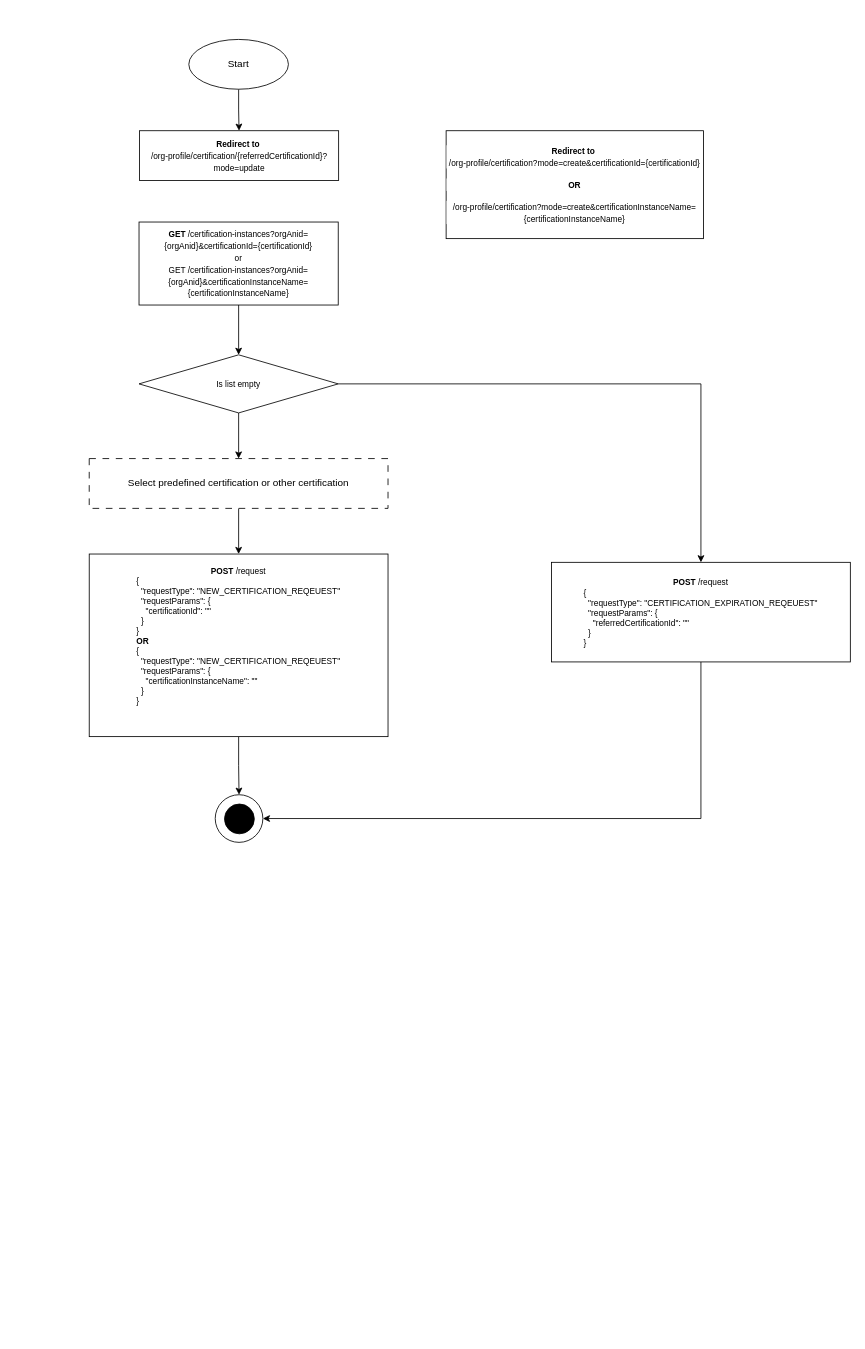
Before: page "UI respond request flow" (6 of 7) of request-2.drawio in huangshijie/Drawio, a draw.io diagram. Source tidied: cells renumbered, new cells numbered last; positions are measured from the earlier drawing's top-left corner, leaving out a move shared by most shapes. Both pictures are drawn from the tidied source at 83%, with x=0, y=0 at pixel (89, 39).
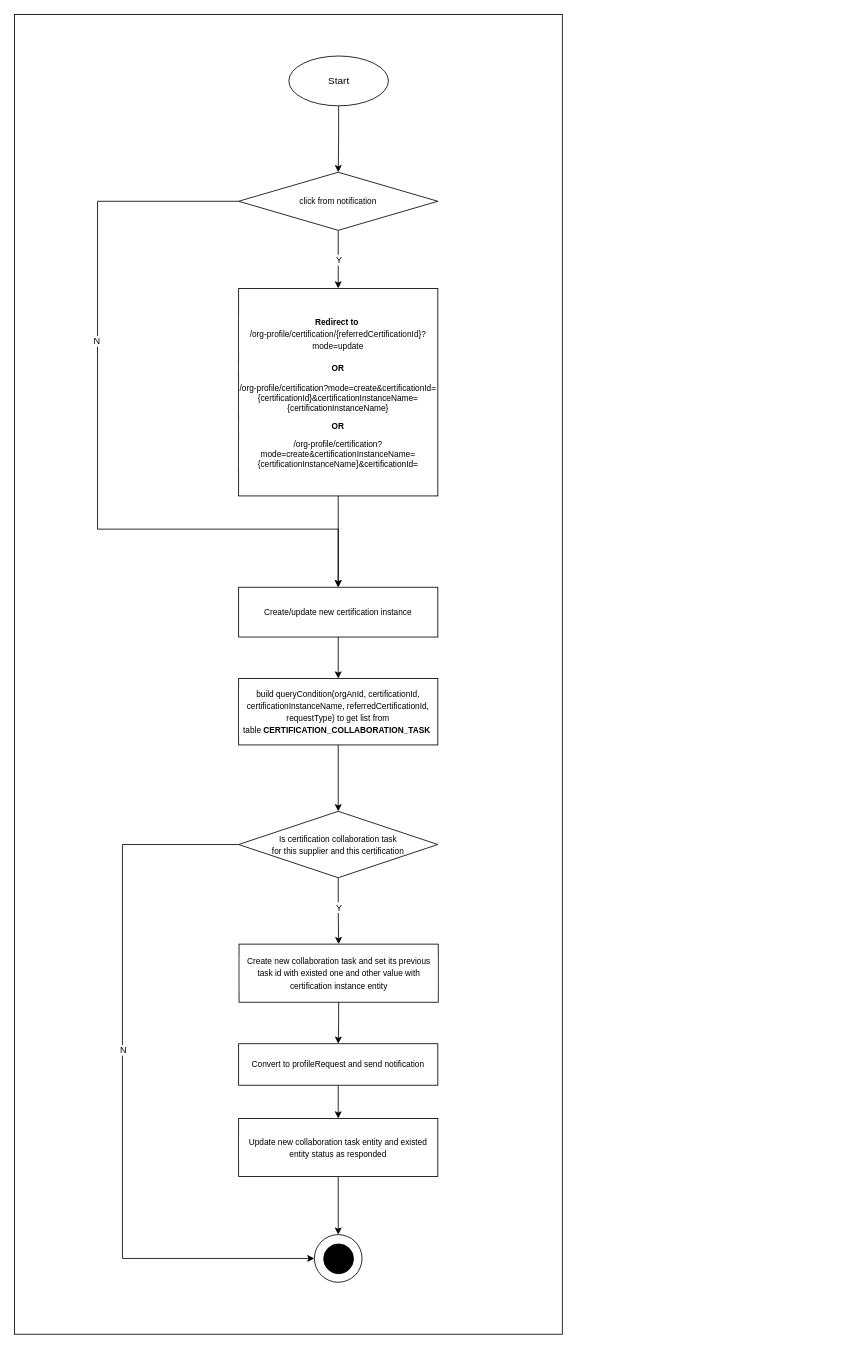
Above is the later version.

Diff of the diagram source:
```diff
@@
-    <mxCell id="2" style="edgeStyle=orthogonalEdgeStyle;rounded=0;jettySize=auto;html=1;entryX=0.5;entryY=0;entryDx=0;entryDy=0;" parent="1" edge="1" source="3" target="8">
-      <mxGeometry relative="1" as="geometry" />
-    </mxCell>
-    <mxCell id="3" value="&lt;font style=&quot;font-size: 10px;&quot;&gt;&lt;b&gt;POST&lt;/b&gt; /request&lt;br&gt;&lt;div style=&quot;text-align: left;&quot;&gt;&lt;span style=&quot;background-color: initial;&quot;&gt;{&lt;/span&gt;&lt;/div&gt;&lt;div style=&quot;text-align: left;&quot;&gt;&lt;span style=&quot;background-color: initial;&quot;&gt;&amp;nbsp; &quot;requestType&quot;: &quot;NEW_CERTIFICATION_REQEUEST&quot;&lt;/span&gt;&lt;/div&gt;&lt;div style=&quot;text-align: left;&quot;&gt;&lt;span style=&quot;background-color: initial;&quot;&gt;&amp;nbsp; &quot;requestParams&quot;: {&lt;/span&gt;&lt;/div&gt;&lt;div style=&quot;text-align: left;&quot;&gt;&lt;span style=&quot;background-color: initial;&quot;&gt;&amp;nbsp; &amp;nbsp; &quot;certificationId&quot;: &quot;&quot;&lt;/span&gt;&lt;/div&gt;&lt;div style=&quot;text-align: left;&quot;&gt;&lt;span style=&quot;background-color: initial;&quot;&gt;&amp;nbsp; }&lt;/span&gt;&lt;/div&gt;&lt;div style=&quot;text-align: left;&quot;&gt;&lt;span style=&quot;background-color: initial;&quot;&gt;}&lt;/span&gt;&lt;/div&gt;&lt;div style=&quot;text-align: left;&quot;&gt;&lt;span style=&quot;background-color: initial;&quot;&gt;&lt;b&gt;OR&lt;/b&gt;&lt;/span&gt;&lt;/div&gt;&lt;div style=&quot;text-align: left;&quot;&gt;&lt;div style=&quot;border-color: var(--border-color);&quot;&gt;{&lt;/div&gt;&lt;div style=&quot;border-color: var(--border-color);&quot;&gt;&lt;span style=&quot;border-color: var(--border-color); background-color: initial;&quot;&gt;&amp;nbsp; &quot;requestType&quot;: &quot;NEW_CERTIFICATION_REQEUEST&quot;&lt;/span&gt;&lt;/div&gt;&lt;div style=&quot;border-color: var(--border-color);&quot;&gt;&lt;span style=&quot;border-color: var(--border-color); background-color: initial;&quot;&gt;&amp;nbsp; &quot;requestParams&quot;: {&lt;/span&gt;&lt;/div&gt;&lt;div style=&quot;border-color: var(--border-color);&quot;&gt;&lt;span style=&quot;border-color: var(--border-color); background-color: initial;&quot;&gt;&amp;nbsp; &amp;nbsp; &quot;certificationInstanceName&quot;: &quot;&quot;&lt;/span&gt;&lt;/div&gt;&lt;div style=&quot;border-color: var(--border-color);&quot;&gt;&lt;span style=&quot;border-color: var(--border-color); background-color: initial;&quot;&gt;&amp;nbsp; }&lt;/span&gt;&lt;/div&gt;&lt;div style=&quot;border-color: var(--border-color);&quot;&gt;&lt;span style=&quot;border-color: var(--border-color); background-color: initial;&quot;&gt;}&lt;/span&gt;&lt;/div&gt;&lt;/div&gt;&lt;div style=&quot;text-align: left;&quot;&gt;&lt;br&gt;&lt;/div&gt;&lt;div style=&quot;text-align: left;&quot;&gt;&lt;div style=&quot;border-color: var(--border-color);&quot;&gt;&lt;br&gt;&lt;/div&gt;&lt;/div&gt;&lt;/font&gt;" style="rounded=0;whiteSpace=wrap;html=1;" parent="1" vertex="1">
-      <mxGeometry y="620" width="360" height="220" as="geometry" />
-    </mxCell>
-    <mxCell id="4" style="edgeStyle=orthogonalEdgeStyle;rounded=0;jettySize=auto;html=1;" parent="1" edge="1" source="5" target="17">
-      <mxGeometry relative="1" as="geometry" />
-    </mxCell>
+    <mxCell id="19" style="rounded=0;whiteSpace=wrap;html=1;" parent="1" vertex="1">
+      <mxGeometry x="-90" y="-30" width="660" height="1590" as="geometry" />
+    </mxCell>
+    <mxCell id="20" style="edgeStyle=orthogonalEdgeStyle;rounded=0;jettySize=auto;html=1;" parent="1" edge="1" source="5" target="37">
+      <mxGeometry relative="1" as="geometry" />
+    </mxCell>
     <mxCell id="5" value="Start" style="ellipse;whiteSpace=wrap;html=1;" parent="1" vertex="1">
-      <mxGeometry x="120" width="120" height="60" as="geometry" />
+      <mxGeometry x="240.5" y="20" width="120" height="60" as="geometry" />
     </mxCell>
-    <mxCell id="6" value="&lt;font style=&quot;font-size: 10px;&quot;&gt;&lt;b&gt;GET&lt;/b&gt; /certification-instances?orgAnid={orgAnid}&amp;amp;certificationId={certificationId}&lt;br&gt;or&lt;br&gt;GET /certification-instances?orgAnid={orgAnid}&amp;amp;certificationInstanceName={certificationInstanceName}&lt;/font&gt;" style="rounded=0;whiteSpace=wrap;html=1;" parent="1" vertex="1">
-      <mxGeometry x="60" y="220" width="240" height="100" as="geometry" />
-    </mxCell>
-    <mxCell id="7" style="edgeStyle=orthogonalEdgeStyle;rounded=0;jettySize=auto;html=1;entryX=0.5;entryY=0;entryDx=0;entryDy=0;" parent="1" edge="1" source="6" target="12">
-      <mxGeometry relative="1" as="geometry" />
-    </mxCell>
     <mxCell id="8" style="ellipse;whiteSpace=wrap;html=1;" parent="1" vertex="1">
-      <mxGeometry x="151.8" y="910" width="57.4" height="57.4" as="geometry" />
+      <mxGeometry x="271.3" y="1440" width="57.4" height="57.4" as="geometry" />
     </mxCell>
     <mxCell id="9" style="ellipse;whiteSpace=wrap;html=1;fillColor=#000000;" parent="1" vertex="1">
-      <mxGeometry x="163" y="921.2" width="35.9" height="35.9" as="geometry" />
+      <mxGeometry x="282.5" y="1451.2" width="35.9" height="35.9" as="geometry" />
     </mxCell>
-    <mxCell id="10" style="edgeStyle=orthogonalEdgeStyle;rounded=0;jettySize=auto;html=1;entryX=0.5;entryY=0;entryDx=0;entryDy=0;" parent="1" edge="1" source="12" target="16">
-      <mxGeometry relative="1" as="geometry" />
-    </mxCell>
-    <mxCell id="11" style="edgeStyle=orthogonalEdgeStyle;rounded=0;jettySize=auto;html=1;" parent="1" edge="1" source="12" target="14">
-      <mxGeometry relative="1" as="geometry" />
-    </mxCell>
-    <mxCell id="12" value="&lt;font style=&quot;font-size: 10px;&quot;&gt;Is list empty&lt;/font&gt;" style="rhombus;whiteSpace=wrap;html=1;" parent="1" vertex="1">
-      <mxGeometry x="60" y="380" width="240" height="70" as="geometry" />
-    </mxCell>
-    <mxCell id="13" style="edgeStyle=orthogonalEdgeStyle;rounded=0;jettySize=auto;html=1;entryX=0.5;entryY=0;entryDx=0;entryDy=0;" parent="1" edge="1" source="14" target="3">
-      <mxGeometry relative="1" as="geometry" />
-    </mxCell>
-    <mxCell id="14" value="Select predefined certification or other certification" style="rounded=0;whiteSpace=wrap;html=1;strokeColor=default;dashed=1;dashPattern=8 8;" parent="1" vertex="1">
-      <mxGeometry y="505" width="360" height="60" as="geometry" />
-    </mxCell>
-    <mxCell id="15" style="edgeStyle=orthogonalEdgeStyle;rounded=0;jettySize=auto;html=1;entryX=1;entryY=0.5;entryDx=0;entryDy=0;exitX=0.5;exitY=1;exitDx=0;exitDy=0;" parent="1" edge="1" source="16" target="8">
-      <mxGeometry relative="1" as="geometry" />
-    </mxCell>
-    <mxCell id="16" value="&lt;font style=&quot;font-size: 10px;&quot;&gt;&lt;b&gt;POST&lt;/b&gt; /request&lt;br&gt;&lt;div style=&quot;text-align: left;&quot;&gt;&lt;div style=&quot;border-color: var(--border-color);&quot;&gt;{&lt;/div&gt;&lt;div style=&quot;border-color: var(--border-color);&quot;&gt;&amp;nbsp; &quot;requestType&quot;: &quot;CERTIFICATION_EXPIRATION_REQEUEST&quot;&lt;/div&gt;&lt;div style=&quot;border-color: var(--border-color);&quot;&gt;&amp;nbsp; &quot;requestParams&quot;: {&lt;/div&gt;&lt;div style=&quot;border-color: var(--border-color);&quot;&gt;&amp;nbsp; &amp;nbsp; &quot;referredCertificationId&quot;: &quot;&quot;&lt;/div&gt;&lt;div style=&quot;border-color: var(--border-color);&quot;&gt;&lt;span style=&quot;border-color: var(--border-color); background-color: initial;&quot;&gt;&amp;nbsp; }&lt;/span&gt;&lt;/div&gt;&lt;div style=&quot;border-color: var(--border-color);&quot;&gt;&lt;span style=&quot;border-color: var(--border-color); background-color: initial;&quot;&gt;}&lt;/span&gt;&lt;/div&gt;&lt;/div&gt;&lt;/font&gt;" style="rounded=0;whiteSpace=wrap;html=1;" parent="1" vertex="1">
-      <mxGeometry x="557" y="630" width="360" height="120" as="geometry" />
-    </mxCell>
+    <mxCell id="21" style="edgeStyle=orthogonalEdgeStyle;rounded=0;jettySize=auto;html=1;entryX=0.5;entryY=0;entryDx=0;entryDy=0;exitX=0.5;exitY=1;exitDx=0;exitDy=0;" parent="1" edge="1" source="17" target="23">
+      <mxGeometry relative="1" as="geometry">
+        <Array as="points">
+          <mxPoint x="300" y="530" />
+          <mxPoint x="300" y="530" />
+        </Array>
+      </mxGeometry>
+    </mxCell>
-    <mxCell id="17" value="&lt;p style=&quot;background-color: rgb(255, 255, 255);&quot;&gt;&lt;font style=&quot;font-size: 10px;&quot;&gt;&lt;font style=&quot;&quot;&gt;&lt;b style=&quot;&quot;&gt;Redirect to&lt;/b&gt;&amp;nbsp;&lt;br&gt;&lt;/font&gt;/org-profile/certification/{referredCertificationId}?mode=update&lt;/font&gt;&lt;/p&gt;" style="rounded=0;whiteSpace=wrap;html=1;" parent="1" vertex="1">
-      <mxGeometry x="60.5" y="110" width="240" height="60" as="geometry" />
+    <mxCell id="17" value="&lt;p style=&quot;background-color: rgb(255, 255, 255);&quot;&gt;&lt;font style=&quot;font-size: 10px;&quot;&gt;&lt;font style=&quot;&quot;&gt;&lt;b style=&quot;&quot;&gt;Redirect to&lt;/b&gt;&amp;nbsp;&lt;br&gt;&lt;/font&gt;/org-profile/certification/{referredCertificationId}?mode=update&lt;/font&gt;&lt;/p&gt;&lt;p style=&quot;background-color: rgb(255, 255, 255);&quot;&gt;&lt;font style=&quot;font-size: 10px;&quot;&gt;&lt;b&gt;OR&lt;/b&gt;&lt;/font&gt;&lt;/p&gt;&lt;p style=&quot;border-color: var(--border-color); background-color: rgb(255, 255, 255); font-size: 10px;&quot;&gt;&lt;font style=&quot;border-color: var(--border-color);&quot;&gt;&lt;font style=&quot;border-color: var(--border-color);&quot;&gt;/org-p&lt;/font&gt;&lt;font style=&quot;border-color: var(--border-color);&quot;&gt;rofile/certification?mode=create&amp;amp;certificationId={certificationId}&lt;/font&gt;&lt;/font&gt;&lt;span style=&quot;background-color: rgb(251, 251, 251);&quot;&gt;&amp;amp;certificationInstanceName={certificationInstanceName}&lt;/span&gt;&lt;/p&gt;&lt;p style=&quot;border-color: var(--border-color); background-color: rgb(255, 255, 255); font-size: 10px;&quot;&gt;&lt;b style=&quot;border-color: var(--border-color);&quot;&gt;OR&lt;/b&gt;&lt;/p&gt;&lt;p style=&quot;border-color: var(--border-color); background-color: rgb(255, 255, 255); font-size: 10px;&quot;&gt;&lt;font style=&quot;border-color: var(--border-color);&quot;&gt;/org-profile/certification?mode=create&amp;amp;certificationInstanceName={certificationInstanceName}&lt;/font&gt;&lt;span style=&quot;background-color: rgb(251, 251, 251);&quot;&gt;&amp;amp;certificationId=&lt;/span&gt;&lt;/p&gt;" style="rounded=0;whiteSpace=wrap;html=1;" parent="1" vertex="1">
+      <mxGeometry x="180" y="300" width="240" height="250" as="geometry" />
     </mxCell>
-    <mxCell id="18" value="&lt;p style=&quot;background-color: rgb(255, 255, 255);&quot;&gt;&lt;font style=&quot;font-size: 10px;&quot;&gt;&lt;font style=&quot;&quot;&gt;&lt;b style=&quot;&quot;&gt;Redirect to&lt;/b&gt;&amp;nbsp;&lt;br&gt;&lt;/font&gt;/org-profile/certification?mode=create&amp;amp;certificationId={certificationId}&lt;br&gt;&lt;/font&gt;&lt;/p&gt;&lt;p style=&quot;background-color: rgb(255, 255, 255);&quot;&gt;&lt;font style=&quot;font-size: 10px;&quot;&gt;&lt;b&gt;OR&lt;/b&gt;&lt;/font&gt;&lt;/p&gt;&lt;p style=&quot;background-color: rgb(255, 255, 255);&quot;&gt;&lt;font style=&quot;font-size: 10px;&quot;&gt;/org-profile/certification?mode=create&amp;amp;certificationInstanceName={certificationInstanceName}&lt;br&gt;&lt;/font&gt;&lt;/p&gt;" style="rounded=0;whiteSpace=wrap;html=1;" parent="1" vertex="1">
-      <mxGeometry x="430" y="110" width="310" height="130" as="geometry" />
-    </mxCell>
+    <mxCell id="22" style="edgeStyle=orthogonalEdgeStyle;rounded=0;jettySize=auto;html=1;" parent="1" edge="1" source="23" target="25">
+      <mxGeometry relative="1" as="geometry" />
+    </mxCell>
+    <mxCell id="23" value="&lt;p style=&quot;background-color: rgb(255, 255, 255);&quot;&gt;&lt;span style=&quot;font-size: 10px;&quot;&gt;Create/update new certification instance&lt;/span&gt;&lt;/p&gt;" style="rounded=0;whiteSpace=wrap;html=1;" parent="1" vertex="1">
+      <mxGeometry x="180" y="660" width="240" height="60" as="geometry" />
+    </mxCell>
+    <mxCell id="24" style="edgeStyle=orthogonalEdgeStyle;rounded=0;jettySize=auto;html=1;" parent="1" edge="1" source="25" target="30">
+      <mxGeometry relative="1" as="geometry" />
+    </mxCell>
+    <mxCell id="25" value="&lt;p style=&quot;background-color: rgb(255, 255, 255);&quot;&gt;&lt;font style=&quot;font-size: 10px;&quot;&gt;&lt;font style=&quot;&quot;&gt;build queryCondition(orgAnId, certificationId, certificationInstanceName, referredCertificationId, requestType) to get list from table&amp;nbsp;&lt;/font&gt;&lt;span style=&quot;background-color: initial;&quot;&gt;&lt;b&gt;CERTIFICATION_COLLABORATION_TASK&amp;nbsp;&lt;/b&gt;&lt;/span&gt;&lt;/font&gt;&lt;/p&gt;" style="rounded=0;whiteSpace=wrap;html=1;" parent="1" vertex="1">
+      <mxGeometry x="180" y="770" width="240" height="80" as="geometry" />
+    </mxCell>
+    <mxCell id="26" style="edgeStyle=orthogonalEdgeStyle;rounded=0;jettySize=auto;html=1;" parent="1" edge="1" source="30" target="32">
+      <mxGeometry relative="1" as="geometry" />
+    </mxCell>
+    <mxCell id="27" value="Y" style="edgeLabel;html=1;align=center;verticalAlign=middle;" parent="26" vertex="1">
+      <mxGeometry x="-0.09" y="2" relative="1" as="geometry">
+        <mxPoint x="-2" y="-2" as="offset" />
+      </mxGeometry>
+    </mxCell>
+    <mxCell id="28" style="edgeStyle=orthogonalEdgeStyle;rounded=0;jettySize=auto;html=1;entryX=0;entryY=0.5;entryDx=0;entryDy=0;" parent="1" edge="1" source="30" target="8">
+      <mxGeometry relative="1" as="geometry">
+        <Array as="points">
+          <mxPoint x="40" y="970" />
+          <mxPoint x="40" y="1469" />
+        </Array>
+      </mxGeometry>
+    </mxCell>
+    <mxCell id="29" value="N" style="edgeLabel;html=1;align=center;verticalAlign=middle;" parent="28" vertex="1">
+      <mxGeometry x="-0.11" y="2" relative="1" as="geometry">
+        <mxPoint x="-2" as="offset" />
+      </mxGeometry>
+    </mxCell>
+    <mxCell id="30" value="&lt;span style=&quot;font-size: 10px;&quot;&gt;Is certification collaboration task &lt;br&gt;for this supplier and this certification&lt;/span&gt;" style="rhombus;whiteSpace=wrap;html=1;" parent="1" vertex="1">
+      <mxGeometry x="180" y="930" width="240" height="80" as="geometry" />
+    </mxCell>
+    <mxCell id="31" style="edgeStyle=orthogonalEdgeStyle;rounded=0;jettySize=auto;html=1;entryX=0.5;entryY=0;entryDx=0;entryDy=0;" parent="1" edge="1" source="32" target="39">
+      <mxGeometry relative="1" as="geometry" />
+    </mxCell>
+    <mxCell id="32" value="&lt;p style=&quot;background-color: rgb(255, 255, 255);&quot;&gt;&lt;span style=&quot;font-size: 10px;&quot;&gt;Create new collaboration task and set its previous task id with existed one and other value with certification instance entity&lt;/span&gt;&lt;/p&gt;" style="rounded=0;whiteSpace=wrap;html=1;" parent="1" vertex="1">
+      <mxGeometry x="180.5" y="1090" width="240" height="70" as="geometry" />
+    </mxCell>
+    <mxCell id="33" style="edgeStyle=orthogonalEdgeStyle;rounded=0;jettySize=auto;html=1;entryX=0.5;entryY=0;entryDx=0;entryDy=0;exitX=0;exitY=0.5;exitDx=0;exitDy=0;" parent="1" edge="1" source="37" target="23">
+      <mxGeometry relative="1" as="geometry">
+        <Array as="points">
+          <mxPoint x="10" y="195" />
+          <mxPoint x="10" y="590" />
+          <mxPoint x="300" y="590" />
+        </Array>
+      </mxGeometry>
+    </mxCell>
+    <mxCell id="34" value="N" style="edgeLabel;html=1;align=center;verticalAlign=middle;" parent="33" vertex="1">
+      <mxGeometry x="-0.27" y="-2" relative="1" as="geometry" />
+    </mxCell>
+    <mxCell id="35" style="edgeStyle=orthogonalEdgeStyle;rounded=0;jettySize=auto;html=1;" parent="1" edge="1" source="37" target="17">
+      <mxGeometry relative="1" as="geometry" />
+    </mxCell>
+    <mxCell id="36" value="Y" style="edgeLabel;html=1;align=center;verticalAlign=middle;" parent="35" vertex="1">
+      <mxGeometry x="-0.01" relative="1" as="geometry" />
+    </mxCell>
+    <mxCell id="37" value="&lt;span style=&quot;font-size: 10px;&quot;&gt;click from notification&lt;/span&gt;" style="rhombus;whiteSpace=wrap;html=1;" parent="1" vertex="1">
+      <mxGeometry x="180" y="160" width="240" height="70" as="geometry" />
+    </mxCell>
+    <mxCell id="38" style="edgeStyle=orthogonalEdgeStyle;rounded=0;jettySize=auto;html=1;entryX=0.5;entryY=0;entryDx=0;entryDy=0;" parent="1" edge="1" source="39" target="41">
+      <mxGeometry relative="1" as="geometry" />
+    </mxCell>
+    <mxCell id="39" value="&lt;p style=&quot;background-color: rgb(255, 255, 255);&quot;&gt;&lt;span style=&quot;font-size: 10px;&quot;&gt;Convert to profileRequest and send notification&lt;/span&gt;&lt;/p&gt;" style="rounded=0;whiteSpace=wrap;html=1;" parent="1" vertex="1">
+      <mxGeometry x="180" y="1210" width="240" height="50" as="geometry" />
+    </mxCell>
+    <mxCell id="40" style="edgeStyle=orthogonalEdgeStyle;rounded=0;jettySize=auto;html=1;entryX=0.5;entryY=0;entryDx=0;entryDy=0;" parent="1" edge="1" source="41" target="8">
+      <mxGeometry relative="1" as="geometry" />
+    </mxCell>
+    <mxCell id="41" value="&lt;p style=&quot;background-color: rgb(255, 255, 255);&quot;&gt;&lt;span style=&quot;font-size: 10px;&quot;&gt;Update new collaboration task entity and existed entity status as responded&lt;/span&gt;&lt;/p&gt;" style="rounded=0;whiteSpace=wrap;html=1;" parent="1" vertex="1">
+      <mxGeometry x="180" y="1300" width="240" height="70" as="geometry" />
+    </mxCell>
```
